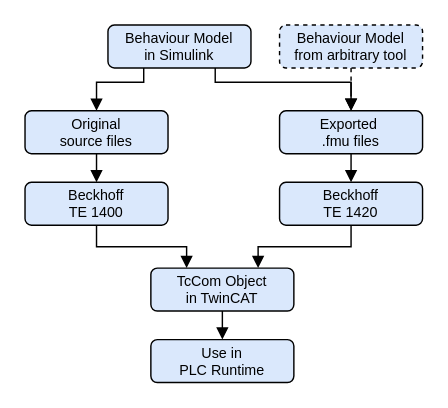
The draw.io diagram page "Seite-6" (6 of 11) of 0_Master Thesis/Bilder.drawio in gd8213/MasterThesis, before the edit. Source tidied: cells renumbered, new cells numbered last; positions are measured from the earlier drawing's top-left corner, leaving out a move shared by most shapes. Both pictures are drawn from the tidied source at 143%, with x=0, y=0 at pixel (24, 24).
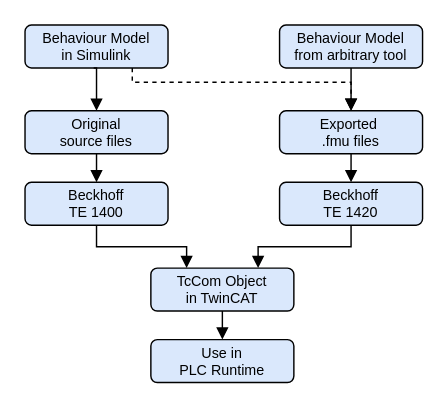
The same page after the edit.

The change refers to these unchanged cells:
```xml
<mxCell id="3" value="Original&lt;br&gt;source files" style="rounded=1;whiteSpace=wrap;html=1;fontSize=10;fillColor=#dae8fc;strokeColor=#000000;" parent="1" vertex="1">
  <mxGeometry y="60" width="100" height="30" as="geometry" />
</mxCell>
<mxCell id="4" value="Exported&amp;nbsp;&lt;br&gt;.fmu files" style="rounded=1;whiteSpace=wrap;html=1;fontSize=10;fillColor=#dae8fc;strokeColor=#000000;" parent="1" vertex="1">
  <mxGeometry x="178" y="60" width="100" height="30" as="geometry" />
</mxCell>
```

Change to the diagram source:
```diff
@@
     <mxCell id="2" value="Behaviour Model&lt;br&gt;in Simulink" style="rounded=1;whiteSpace=wrap;html=1;fontSize=10;fillColor=#dae8fc;strokeColor=#000000;" parent="1" vertex="1">
-      <mxGeometry x="58" width="100" height="30" as="geometry" />
+      <mxGeometry width="100" height="30" as="geometry" />
     </mxCell>
@@
-    <mxCell id="9" style="endArrow=block;html=1;rounded=0;exitX=0.25;exitY=1;exitDx=0;exitDy=0;entryX=0.5;entryY=0;entryDx=0;entryDy=0;endFill=1;jumpStyle=none;edgeStyle=orthogonalEdgeStyle;" parent="1" edge="1" source="2" target="3">
+    <mxCell id="9" style="endArrow=block;html=1;rounded=0;entryX=0.5;entryY=0;entryDx=0;entryDy=0;endFill=1;jumpStyle=none;edgeStyle=orthogonalEdgeStyle;" parent="1" edge="1" target="3">
       <mxGeometry relative="1" as="geometry">
+        <mxPoint x="48" y="30" as="sourcePoint" />
         <Array as="points">
-          <mxPoint x="83" y="40" />
-          <mxPoint x="50" y="40" />
+          <mxPoint x="50" y="30" />
         </Array>
       </mxGeometry>
     </mxCell>
-    <mxCell id="10" style="endArrow=block;html=1;rounded=0;exitX=0.75;exitY=1;exitDx=0;exitDy=0;entryX=0.5;entryY=0;entryDx=0;entryDy=0;endFill=1;jumpStyle=none;edgeStyle=orthogonalEdgeStyle;" parent="1" edge="1" source="2" target="4">
+    <mxCell id="10" style="endArrow=block;html=1;rounded=0;exitX=0.75;exitY=1;exitDx=0;exitDy=0;entryX=0.5;entryY=0;entryDx=0;entryDy=0;endFill=1;jumpStyle=none;edgeStyle=orthogonalEdgeStyle;dashed=1;" parent="1" edge="1" source="2" target="4">
       <mxGeometry relative="1" as="geometry">
         <Array as="points">
-          <mxPoint x="133" y="40" />
+          <mxPoint x="75" y="40" />
           <mxPoint x="228" y="40" />
         </Array>
       </mxGeometry>
     </mxCell>
@@
-    <mxCell id="16" style="edgeStyle=orthogonalEdgeStyle;rounded=0;jettySize=auto;html=1;entryX=0.5;entryY=0;entryDx=0;entryDy=0;fontSize=9;endArrow=block;endFill=1;elbow=vertical;dashed=1;" parent="1" edge="1" source="17" target="4">
+    <mxCell id="16" style="edgeStyle=orthogonalEdgeStyle;rounded=0;jettySize=auto;html=1;entryX=0.5;entryY=0;entryDx=0;entryDy=0;fontSize=9;endArrow=block;endFill=1;elbow=vertical;" parent="1" edge="1" source="17" target="4">
       <mxGeometry relative="1" as="geometry" />
     </mxCell>
-    <mxCell id="17" value="Behaviour Model&lt;br&gt;from arbitrary tool" style="rounded=1;whiteSpace=wrap;html=1;fontSize=10;fillColor=#dae8fc;strokeColor=#000000;dashed=1;" parent="1" vertex="1">
+    <mxCell id="17" value="Behaviour Model&lt;br&gt;from arbitrary tool" style="rounded=1;whiteSpace=wrap;html=1;fontSize=10;fillColor=#dae8fc;strokeColor=#000000;" parent="1" vertex="1">
       <mxGeometry x="178" width="100" height="30" as="geometry" />
     </mxCell>
```
